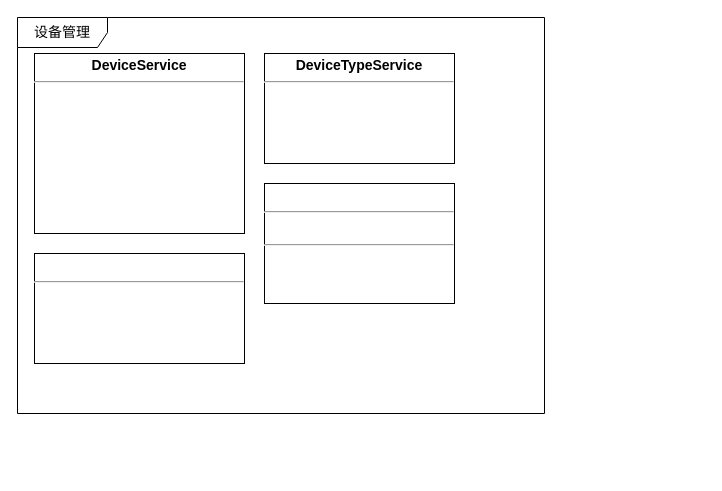
The draw.io diagram IOTManage/class-device.drawio in waterwatermelon/graph, before the edit. Source tidied: cells renumbered, new cells numbered last; positions are measured from the earlier drawing's top-left corner, leaving out a move shared by most shapes. Both pictures are drawn from the tidied source at 100%, with x=0, y=0 at pixel (17, 17).
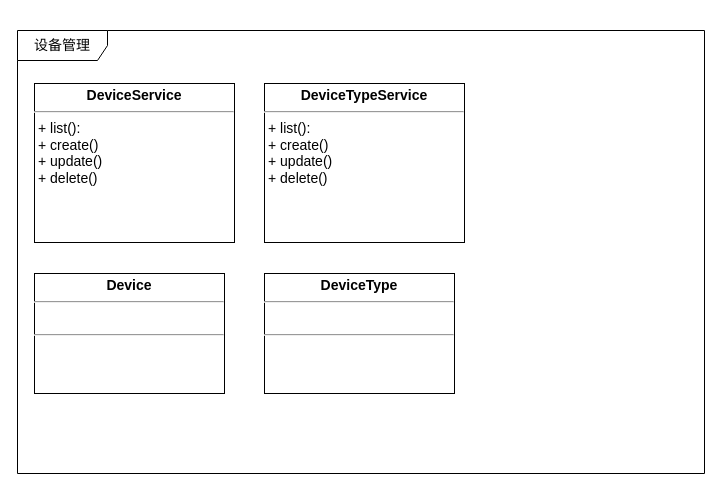
After the change.

Diff of the diagram source:
```diff
@@
 <mxGraphModel>
   <root>
     <mxCell id="0" />
     <mxCell id="1" parent="0" />
     <mxCell id="2" value="设备管理" style="shape=umlFrame;whiteSpace=wrap;html=1;rounded=0;shadow=0;comic=0;labelBackgroundColor=none;strokeColor=#000000;strokeWidth=1;fillColor=#ffffff;fontFamily=Verdana;fontSize=14;fontColor=#000000;align=center;width=90;height=30;" parent="1" vertex="1">
-      <mxGeometry width="527" height="396" as="geometry" />
+      <mxGeometry y="13" width="687" height="443" as="geometry" />
     </mxCell>
-    <mxCell id="3" value="&lt;p style=&quot;margin: 4px 0px 0px ; text-align: center ; font-size: 14px&quot;&gt;&lt;b&gt;DeviceService&lt;/b&gt;&lt;/p&gt;&lt;hr style=&quot;font-size: 14px&quot;&gt;&lt;p style=&quot;margin: 0px 0px 0px 4px ; font-size: 14px&quot;&gt;&lt;br&gt;&lt;/p&gt;" style="verticalAlign=top;align=left;overflow=fill;fontSize=14;fontFamily=Helvetica;html=1;" parent="1" vertex="1">
-      <mxGeometry x="17" y="36" width="210" height="180" as="geometry" />
+    <mxCell id="3" value="&lt;p style=&quot;margin: 4px 0px 0px ; text-align: center ; font-size: 14px&quot;&gt;&lt;b&gt;DeviceService&lt;/b&gt;&lt;/p&gt;&lt;hr style=&quot;font-size: 14px&quot;&gt;&lt;p style=&quot;margin: 0px 0px 0px 4px ; font-size: 14px&quot;&gt;+ list():&lt;/p&gt;&lt;p style=&quot;margin: 0px 0px 0px 4px ; font-size: 14px&quot;&gt;&lt;span&gt;+ create()&lt;/span&gt;&lt;br&gt;&lt;/p&gt;&lt;p style=&quot;margin: 0px 0px 0px 4px ; font-size: 14px&quot;&gt;+ update()&lt;/p&gt;&lt;p style=&quot;margin: 0px 0px 0px 4px ; font-size: 14px&quot;&gt;+ delete()&lt;/p&gt;&lt;p style=&quot;margin: 0px 0px 0px 4px ; font-size: 14px&quot;&gt;&lt;br&gt;&lt;/p&gt;" style="verticalAlign=top;align=left;overflow=fill;fontSize=14;fontFamily=Helvetica;html=1;" parent="1" vertex="1">
+      <mxGeometry x="17" y="66" width="200" height="159" as="geometry" />
     </mxCell>
-    <mxCell id="4" value="&lt;p style=&quot;margin: 4px 0px 0px ; text-align: center ; font-size: 14px&quot;&gt;&lt;b&gt;DeviceTypeService&lt;/b&gt;&lt;br&gt;&lt;/p&gt;&lt;hr style=&quot;font-size: 14px&quot;&gt;&lt;p style=&quot;margin: 0px 0px 0px 4px ; font-size: 14px&quot;&gt;&lt;br&gt;&lt;/p&gt;" style="verticalAlign=top;align=left;overflow=fill;fontSize=14;fontFamily=Helvetica;html=1;" parent="1" vertex="1">
-      <mxGeometry x="247" y="36" width="190" height="110" as="geometry" />
-    </mxCell>
-    <mxCell id="5" value="&lt;p style=&quot;margin: 4px 0px 0px ; text-align: center ; font-size: 14px&quot;&gt;&lt;br&gt;&lt;/p&gt;&lt;hr style=&quot;font-size: 14px&quot;&gt;&lt;p style=&quot;margin: 0px 0px 0px 4px ; font-size: 14px&quot;&gt;&lt;br&gt;&lt;/p&gt;" style="verticalAlign=top;align=left;overflow=fill;fontSize=14;fontFamily=Helvetica;html=1;" parent="1" vertex="1">
-      <mxGeometry x="17" y="236" width="210" height="110" as="geometry" />
-    </mxCell>
-    <mxCell id="6" value="&lt;p style=&quot;margin: 4px 0px 0px ; text-align: center ; font-size: 14px&quot;&gt;&lt;br&gt;&lt;/p&gt;&lt;hr style=&quot;font-size: 14px&quot;&gt;&lt;p style=&quot;margin: 0px 0px 0px 4px ; font-size: 14px&quot;&gt;&lt;br&gt;&lt;/p&gt;&lt;hr style=&quot;font-size: 14px&quot;&gt;&lt;p style=&quot;margin: 0px 0px 0px 4px ; font-size: 14px&quot;&gt;&lt;br&gt;&lt;/p&gt;" style="verticalAlign=top;align=left;overflow=fill;fontSize=14;fontFamily=Helvetica;html=1;" parent="1" vertex="1">
-      <mxGeometry x="247" y="166" width="190" height="120" as="geometry" />
-    </mxCell>
+    <mxCell id="7" value="&lt;p style=&quot;margin: 4px 0px 0px ; text-align: center ; font-size: 14px&quot;&gt;&lt;b&gt;Device&lt;/b&gt;&lt;/p&gt;&lt;hr style=&quot;font-size: 14px&quot;&gt;&lt;p style=&quot;margin: 0px 0px 0px 4px ; font-size: 14px&quot;&gt;&lt;br&gt;&lt;/p&gt;&lt;hr style=&quot;font-size: 14px&quot;&gt;&lt;p style=&quot;margin: 0px 0px 0px 4px ; font-size: 14px&quot;&gt;&lt;br&gt;&lt;/p&gt;" style="verticalAlign=top;align=left;overflow=fill;fontSize=14;fontFamily=Helvetica;html=1;" parent="1" vertex="1">
+      <mxGeometry x="17" y="256" width="190" height="120" as="geometry" />
+    </mxCell>
+    <mxCell id="8" value="&lt;p style=&quot;margin: 4px 0px 0px ; text-align: center ; font-size: 14px&quot;&gt;&lt;b&gt;DeviceType&lt;/b&gt;&lt;/p&gt;&lt;hr style=&quot;font-size: 14px&quot;&gt;&lt;p style=&quot;margin: 0px 0px 0px 4px ; font-size: 14px&quot;&gt;&lt;br&gt;&lt;/p&gt;&lt;hr style=&quot;font-size: 14px&quot;&gt;&lt;p style=&quot;margin: 0px 0px 0px 4px ; font-size: 14px&quot;&gt;&lt;br&gt;&lt;/p&gt;" style="verticalAlign=top;align=left;overflow=fill;fontSize=14;fontFamily=Helvetica;html=1;" parent="1" vertex="1">
+      <mxGeometry x="247" y="256" width="190" height="120" as="geometry" />
+    </mxCell>
+    <mxCell id="9" value="&lt;p style=&quot;margin: 4px 0px 0px ; text-align: center ; font-size: 14px&quot;&gt;&lt;b&gt;DeviceTypeService&lt;/b&gt;&lt;/p&gt;&lt;hr style=&quot;font-size: 14px&quot;&gt;&lt;p style=&quot;margin: 0px 0px 0px 4px ; font-size: 14px&quot;&gt;+ list():&lt;/p&gt;&lt;p style=&quot;margin: 0px 0px 0px 4px ; font-size: 14px&quot;&gt;&lt;span&gt;+ create()&lt;/span&gt;&lt;br&gt;&lt;/p&gt;&lt;p style=&quot;margin: 0px 0px 0px 4px ; font-size: 14px&quot;&gt;+ update()&lt;/p&gt;&lt;p style=&quot;margin: 0px 0px 0px 4px ; font-size: 14px&quot;&gt;+ delete()&lt;/p&gt;&lt;p style=&quot;margin: 0px 0px 0px 4px ; font-size: 14px&quot;&gt;&lt;br&gt;&lt;/p&gt;" style="verticalAlign=top;align=left;overflow=fill;fontSize=14;fontFamily=Helvetica;html=1;" parent="1" vertex="1">
+      <mxGeometry x="247" y="66" width="200" height="159" as="geometry" />
+    </mxCell>
   </root>
 </mxGraphModel>
```
